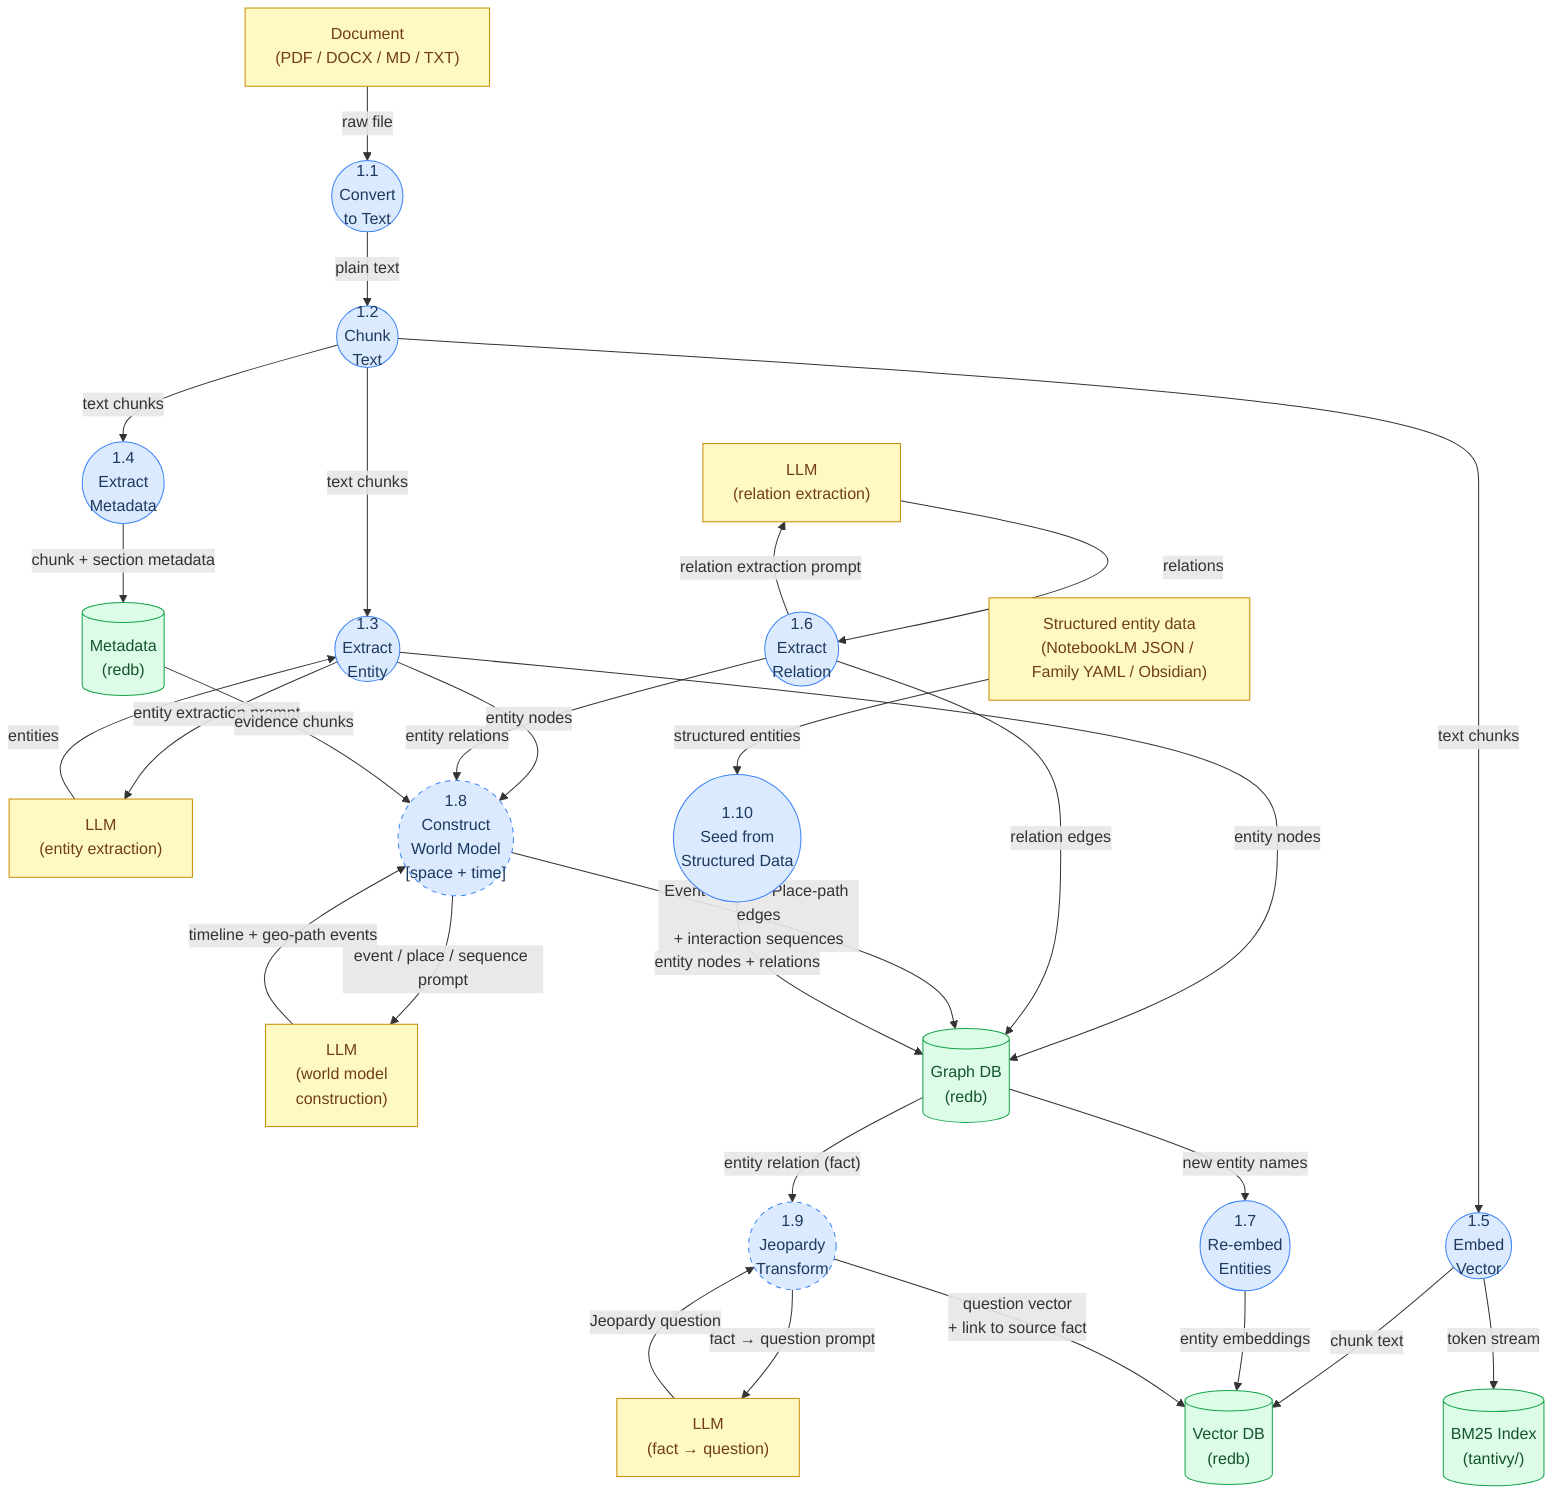
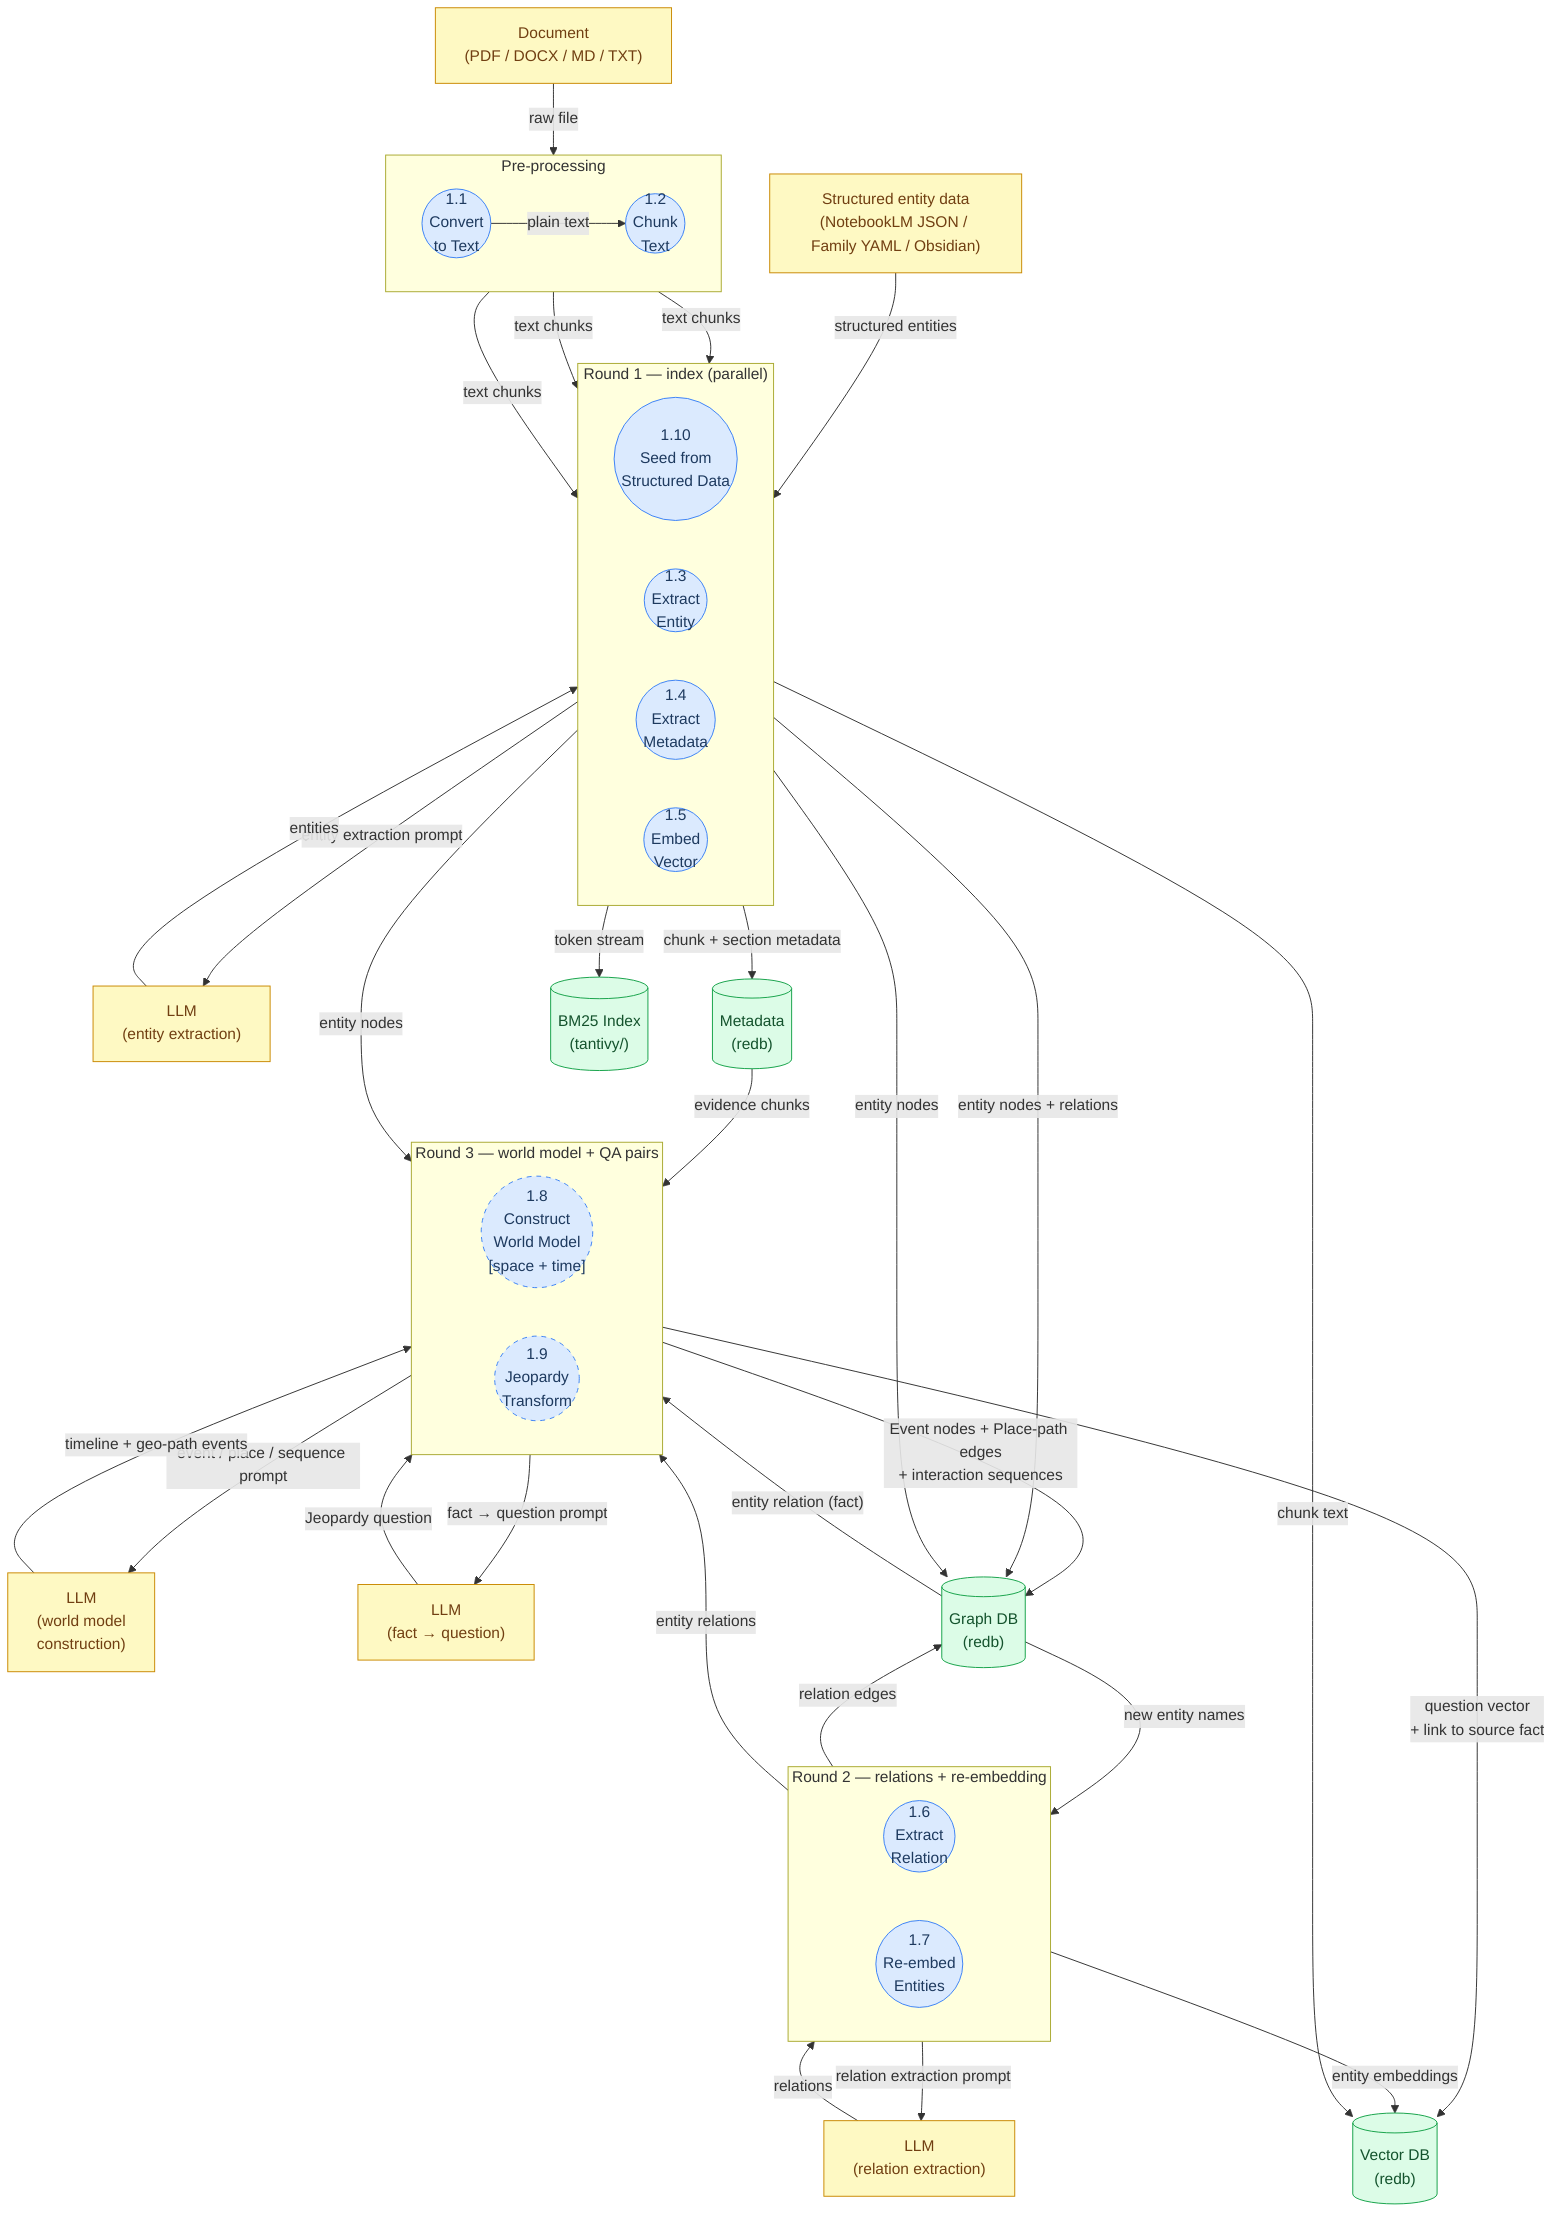
flowchart TD
    classDef process  fill:#dbeafe,stroke:#3b82f6,color:#1e3a5f
    classDef external fill:#fef9c3,stroke:#ca8a04,color:#713f12
    classDef store    fill:#dcfce7,stroke:#16a34a,color:#14532d
    classDef designed fill:#dbeafe,stroke:#3b82f6,color:#1e3a5f,stroke-dasharray:5 5

    DOC["Document\n(PDF / DOCX / MD / TXT)"]:::external
    SEED["Structured entity data\n(NotebookLM JSON / Family YAML / Obsidian)"]:::external

    LLM13["LLM\n(entity extraction)"]:::external
    LLM16["LLM\n(relation extraction)"]:::external
    LLM18["LLM\n(world model\nconstruction)"]:::external
    LLM19["LLM\n(fact → question)"]:::external

    %% Data stores
    VDB[("Vector DB\n(redb)")]:::store
    MDB[("Metadata\n(redb)")]:::store
    GDB[("Graph DB\n(redb)")]:::store
    BM25[("BM25 Index\n(tantivy/)")]:::store

-     %% Process nodes
-     P11(("1.1\nConvert\nto Text")):::process
-     P12(("1.2\nChunk\nText")):::process
-     P13(("1.3\nExtract\nEntity")):::process
-     P14(("1.4\nExtract\nMetadata")):::process
-     P15(("1.5\nEmbed\nVector")):::process
-     P16(("1.6\nExtract\nRelation")):::process
-     P17(("1.7\nRe-embed\nEntities")):::process
-     P18(("1.8\nConstruct\nWorld Model\n[space + time]")):::designed
-     P19(("1.9\nJeopardy\nTransform")):::designed
-     P110(("1.10\nSeed from\nStructured Data")):::process
+     %% ── Pre-processing ──────────────────────────────────────────────────────
+     subgraph PRE["Pre-processing"]
+         direction LR
+         P11(("1.1\nConvert\nto Text")):::process
+         P12(("1.2\nChunk\nText")):::process
+         P11 -->|"plain text"| P12
+     end
+ 
+     %% ── Round 1 — index (parallel) ─────────────────────────────────────────
+     subgraph R1["Round 1 — index (parallel)"]
+         direction LR
+         P110(("1.10\nSeed from\nStructured Data")):::process
+         P13(("1.3\nExtract\nEntity")):::process
+         P14(("1.4\nExtract\nMetadata")):::process
+         P15(("1.5\nEmbed\nVector")):::process
+     end
+ 
+     %% ── Round 2 — relations + re-embedding ─────────────────────────────────
+     subgraph R2["Round 2 — relations + re-embedding"]
+         direction LR
+         P16(("1.6\nExtract\nRelation")):::process
+         P17(("1.7\nRe-embed\nEntities")):::process
+     end
+ 
+     %% ── Round 3 — world model + QA pairs ───────────────────────────────────
+     subgraph R3["Round 3 — world model + QA pairs"]
+         direction LR
+         P18(("1.8\nConstruct\nWorld Model\n[space + time]")):::designed
+         P19(("1.9\nJeopardy\nTransform")):::designed
+     end

    %% Code annotations
    %% 1.1  → document.rs : extract_text()
    %% 1.2  → chunker.rs : split_text()
    %% 1.3  → graph.rs : extract_from_text() [entity path] + upsert_entity()
    %% 1.4  → meta_store.rs : put_chunks()
    %% 1.5  → embedder.rs : embed_batch()
    %% 1.6  → graph.rs : extract_from_text() [relation path] + upsert_relation()
    %% 1.7  → ingestion.rs / dream_tasks.rs
-     %% 1.8  → [DESIGNED, NOT YET CODED]
-     %%         Maps each entity to space + time:
-     %%         - biographical timeline (events ordered by date)
-     %%         - geographical path (sequence of places visited/mentioned)
-     %%         - interaction sequences (who did what with whom, when/where)
-     %%         Output: Event nodes + Place-path edges added to Graph DB
-     %% 1.9  → [DESIGNED, NOT YET CODED] wiki.rs is a stub
-     %%         Input: entity relation (subject–predicate–object fact) from Graph DB
-     %%         LLM converts fact to a Jeopardy-style question ("What is ___?")
-     %%         Output: question embedding + link to source relation stored in Vector DB
+     %% 1.8  → [DESIGNED, NOT YET CODED] timeline + geo-path + interaction sequences per entity
+     %% 1.9  → [DESIGNED, NOT YET CODED] wiki.rs stub — fact → Jeopardy question vector
    %% 1.10 → seed_json.rs / family.rs / obsidian.rs

-     DOC -->|"raw file"| P11
-     P11 -->|"plain text"| P12
+     %% ── Data flows ──────────────────────────────────────────────────────────
+     DOC  -->|"raw file"| P11
+     SEED -->|"structured entities"| P110
+ 
    P12 -->|"text chunks"| P13
    P12 -->|"text chunks"| P14
    P12 -->|"text chunks"| P15
+ 
+     P110 -->|"entity nodes + relations"| GDB

    P13 -->|"entity extraction prompt"| LLM13
    LLM13 -->|"entities"| P13
    P13 -->|"entity nodes"| GDB
    P13 -->|"entity nodes"| P18

    P14 -->|"chunk + section metadata"| MDB

    P15 -->|"chunk text"| VDB
    P15 -->|"token stream"| BM25

    P16 -->|"relation extraction prompt"| LLM16
    LLM16 -->|"relations"| P16
    P16 -->|"relation edges"| GDB
    P16 -->|"entity relations"| P18

    GDB -->|"new entity names"| P17
    P17 -->|"entity embeddings"| VDB

-     %% 1.8 World Model (designed — not yet coded)
    MDB -->|"evidence chunks"| P18
    P18 -->|"event / place / sequence prompt"| LLM18
    LLM18 -->|"timeline + geo-path events"| P18
    P18 -->|"Event nodes + Place-path edges\n+ interaction sequences"| GDB

-     %% 1.9 Jeopardy Transform (designed — not yet coded)
    GDB -->|"entity relation (fact)"| P19
    P19 -->|"fact → question prompt"| LLM19
    LLM19 -->|"Jeopardy question"| P19
    P19 -->|"question vector\n+ link to source fact"| VDB
- 
-     SEED -->|"structured entities"| P110
-     P110 -->|"entity nodes + relations"| GDB
